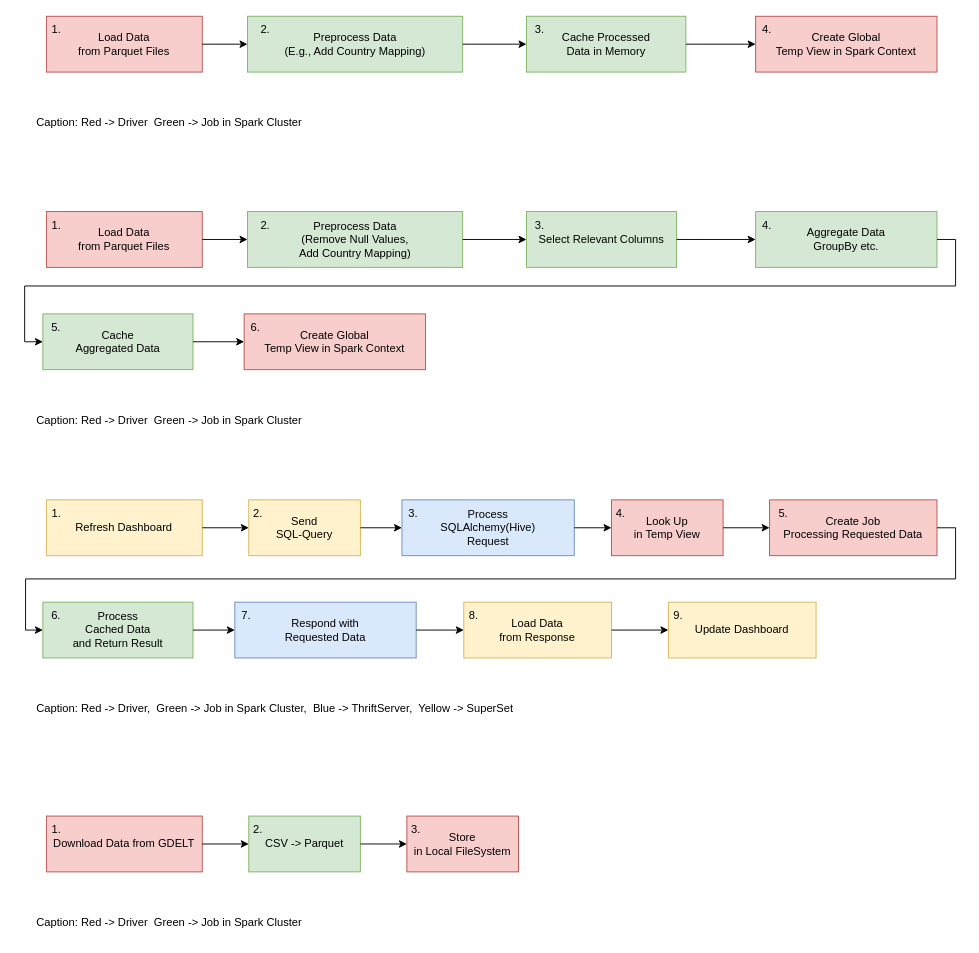
OWLcracker/big-data keeps this draw.io diagram as misc/diagramms/Fluss/FlussFull.drawio. Above is the earlier version. Source tidied: cells renumbered, new cells numbered last; positions are measured from the earlier drawing's top-left corner, leaving out a move shared by most shapes. Both pictures are drawn from the tidied source at 93%, with x=0, y=0 at pixel (16, 16).
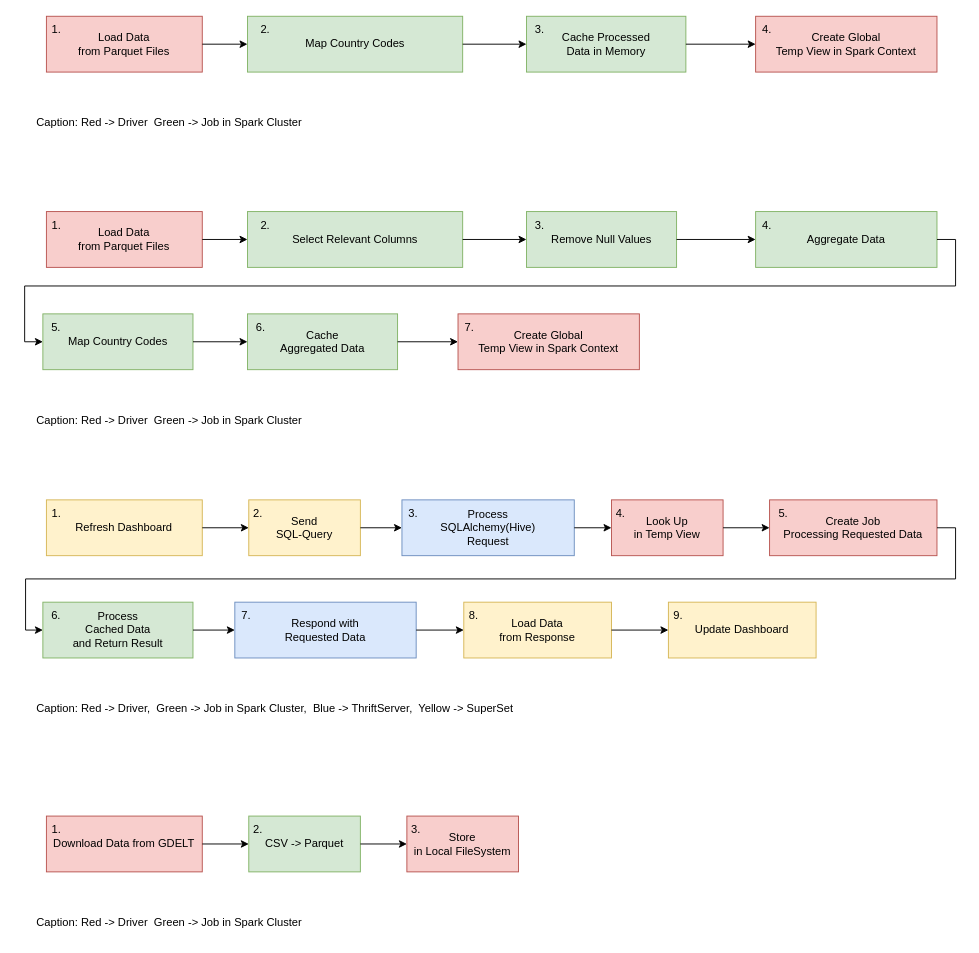
After the change.

Unchanged cells that the change refers to:
```xml
<mxCell id="6" style="group;fontFamily=JetBrainsMono Nerd Font;" parent="1" vertex="1">
  <mxGeometry x="210" width="270" height="60" as="geometry" />
</mxCell>
<mxCell id="21" style="group;fontFamily=JetBrainsMono Nerd Font;" parent="1" vertex="1">
  <mxGeometry x="210" y="210" width="270" height="60" as="geometry" />
</mxCell>
<mxCell id="24" style="group;fontFamily=JetBrainsMono Nerd Font;" parent="1" vertex="1">
  <mxGeometry x="520" y="210" width="200" height="60" as="geometry" />
</mxCell>
<mxCell id="28" style="group;fontFamily=JetBrainsMono Nerd Font;" parent="1" vertex="1">
  <mxGeometry x="770" y="210" width="220" height="60" as="geometry" />
</mxCell>
<mxCell id="33" value="Cache&lt;br&gt;Aggregated Data" style="rounded=0;whiteSpace=wrap;html=1;fillColor=#d5e8d4;strokeColor=#82b366;fontFamily=JetBrainsMono Nerd Font;" parent="32" vertex="1">
  <mxGeometry x="28.6" width="161.4" height="60" as="geometry" />
</mxCell>
<mxCell id="36" value="Create Global&lt;br&gt;Temp View in Spark Context" style="rounded=0;whiteSpace=wrap;html=1;fillColor=#f8cecc;strokeColor=#b85450;fontFamily=JetBrainsMono Nerd Font;" parent="35" vertex="1">
  <mxGeometry x="25" width="195" height="60" as="geometry" />
</mxCell>
```

Diff of the diagram source:
```diff
@@
-    <mxCell id="7" value="Preprocess Data&lt;br&gt;(E.g., Add Country Mapping)" style="rounded=0;whiteSpace=wrap;html=1;fillColor=#d5e8d4;strokeColor=#82b366;fontFamily=JetBrainsMono Nerd Font;" parent="6" vertex="1">
+    <mxCell id="7" value="Map Country Codes" style="rounded=0;whiteSpace=wrap;html=1;fillColor=#d5e8d4;strokeColor=#82b366;fontFamily=JetBrainsMono Nerd Font;" parent="6" vertex="1">
       <mxGeometry x="38.6" width="231.4" height="60" as="geometry" />
     </mxCell>
@@
-    <mxCell id="22" value="Preprocess Data&lt;br&gt;(Remove Null Values,&lt;br&gt;Add Country Mapping)" style="rounded=0;whiteSpace=wrap;html=1;fillColor=#d5e8d4;strokeColor=#82b366;fontFamily=JetBrainsMono Nerd Font;" parent="21" vertex="1">
+    <mxCell id="22" value="Select Relevant Columns" style="rounded=0;whiteSpace=wrap;html=1;fillColor=#d5e8d4;strokeColor=#82b366;fontFamily=JetBrainsMono Nerd Font;" parent="21" vertex="1">
       <mxGeometry x="38.6" width="231.4" height="60" as="geometry" />
     </mxCell>
@@
-    <mxCell id="25" value="Select Relevant Columns" style="rounded=0;whiteSpace=wrap;html=1;fillColor=#d5e8d4;strokeColor=#82b366;fontFamily=JetBrainsMono Nerd Font;" parent="24" vertex="1">
+    <mxCell id="25" value="Remove Null Values" style="rounded=0;whiteSpace=wrap;html=1;fillColor=#d5e8d4;strokeColor=#82b366;fontFamily=JetBrainsMono Nerd Font;" parent="24" vertex="1">
       <mxGeometry x="28.6" width="161.4" height="60" as="geometry" />
     </mxCell>
@@
-    <mxCell id="29" value="Aggregate Data&lt;br&gt;GroupBy etc." style="rounded=0;whiteSpace=wrap;html=1;fillColor=#d5e8d4;strokeColor=#82b366;fontFamily=JetBrainsMono Nerd Font;" parent="28" vertex="1">
+    <mxCell id="29" value="Aggregate Data" style="rounded=0;whiteSpace=wrap;html=1;fillColor=#d5e8d4;strokeColor=#82b366;fontFamily=JetBrainsMono Nerd Font;" parent="28" vertex="1">
       <mxGeometry x="25" width="195" height="60" as="geometry" />
     </mxCell>
@@
     <mxCell id="32" style="group;fontFamily=JetBrainsMono Nerd Font;" parent="1" vertex="1">
-      <mxGeometry y="320" width="200" height="60" as="geometry" />
+      <mxGeometry x="220" y="320" width="200" height="60" as="geometry" />
     </mxCell>
@@
-    <mxCell id="34" value="5." style="text;html=1;strokeColor=none;fillColor=none;align=center;verticalAlign=middle;whiteSpace=wrap;rounded=0;fontFamily=JetBrainsMono Nerd Font;" parent="32" vertex="1">
+    <mxCell id="34" value="6." style="text;html=1;strokeColor=none;fillColor=none;align=center;verticalAlign=middle;whiteSpace=wrap;rounded=0;fontFamily=JetBrainsMono Nerd Font;" parent="32" vertex="1">
       <mxGeometry width="85.7" height="30" as="geometry" />
     </mxCell>
     <mxCell id="35" style="group;fontFamily=JetBrainsMono Nerd Font;" parent="1" vertex="1">
-      <mxGeometry x="220" y="320" width="220" height="60" as="geometry" />
+      <mxGeometry x="450" y="320" width="220" height="60" as="geometry" />
     </mxCell>
@@
-    <mxCell id="37" value="6." style="text;html=1;strokeColor=none;fillColor=none;align=center;verticalAlign=middle;whiteSpace=wrap;rounded=0;fontFamily=JetBrainsMono Nerd Font;" parent="35" vertex="1">
+    <mxCell id="37" value="7." style="text;html=1;strokeColor=none;fillColor=none;align=center;verticalAlign=middle;whiteSpace=wrap;rounded=0;fontFamily=JetBrainsMono Nerd Font;" parent="35" vertex="1">
       <mxGeometry width="75.1" height="30" as="geometry" />
     </mxCell>
-    <mxCell id="38" style="edgeStyle=orthogonalEdgeStyle;rounded=0;jettySize=auto;html=1;exitX=1;exitY=0.5;exitDx=0;exitDy=0;" parent="1" edge="1" source="33" target="36">
-      <mxGeometry relative="1" as="geometry" />
-    </mxCell>
@@
-    <mxCell id="73" style="edgeStyle=orthogonalEdgeStyle;rounded=0;jettySize=auto;html=1;entryX=0;entryY=0.5;entryDx=0;entryDy=0;" parent="1" edge="1" source="29" target="33">
-      <mxGeometry relative="1" as="geometry">
-        <Array as="points">
-          <mxPoint x="1010" y="240" />
-          <mxPoint x="1010" y="290" />
-          <mxPoint x="9" y="290" />
-          <mxPoint x="9" y="350" />
-        </Array>
-      </mxGeometry>
-    </mxCell>
@@
+    <mxCell id="90" style="group;fontFamily=JetBrainsMono Nerd Font;" parent="1" vertex="1">
+      <mxGeometry y="320" width="200" height="60" as="geometry" />
+    </mxCell>
+    <mxCell id="91" value="Map Country Codes" style="rounded=0;whiteSpace=wrap;html=1;fillColor=#d5e8d4;strokeColor=#82b366;fontFamily=JetBrainsMono Nerd Font;" parent="90" vertex="1">
+      <mxGeometry x="28.6" width="161.4" height="60" as="geometry" />
+    </mxCell>
+    <mxCell id="92" value="5." style="text;html=1;strokeColor=none;fillColor=none;align=center;verticalAlign=middle;whiteSpace=wrap;rounded=0;fontFamily=JetBrainsMono Nerd Font;" parent="90" vertex="1">
+      <mxGeometry width="85.7" height="30" as="geometry" />
+    </mxCell>
+    <mxCell id="93" style="edgeStyle=orthogonalEdgeStyle;rounded=0;jettySize=auto;html=1;entryX=0;entryY=0.5;entryDx=0;entryDy=0;" parent="1" edge="1" source="29" target="91">
+      <mxGeometry relative="1" as="geometry">
+        <Array as="points">
+          <mxPoint x="1010" y="240" />
+          <mxPoint x="1010" y="290" />
+          <mxPoint x="9" y="290" />
+          <mxPoint x="9" y="350" />
+        </Array>
+      </mxGeometry>
+    </mxCell>
+    <mxCell id="94" style="edgeStyle=orthogonalEdgeStyle;rounded=0;jettySize=auto;html=1;" parent="1" edge="1" source="91" target="33">
+      <mxGeometry relative="1" as="geometry" />
+    </mxCell>
+    <mxCell id="38" style="edgeStyle=orthogonalEdgeStyle;rounded=0;jettySize=auto;html=1;" parent="1" edge="1" source="33" target="36">
+      <mxGeometry relative="1" as="geometry" />
+    </mxCell>
```
